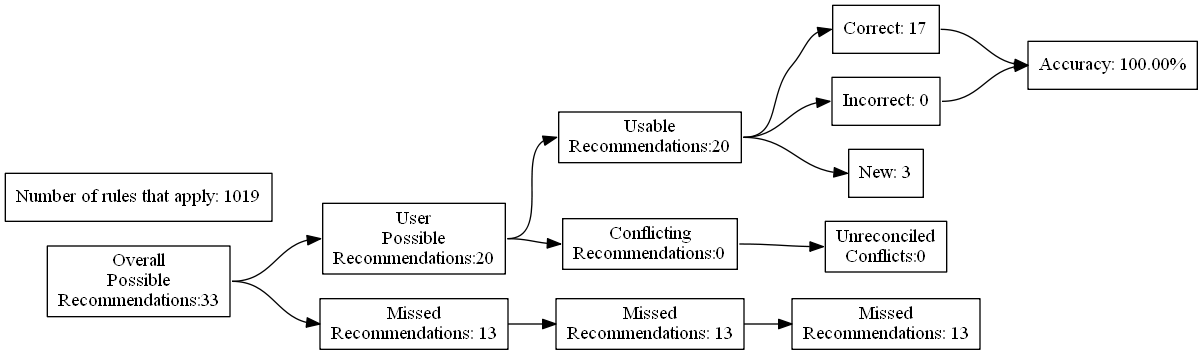
Earlier version of the Graphviz export test_renders/41.gv.png (ZaxR/ibd_diet_analysis). Its source is kept beside it as test_renders/41.gv.
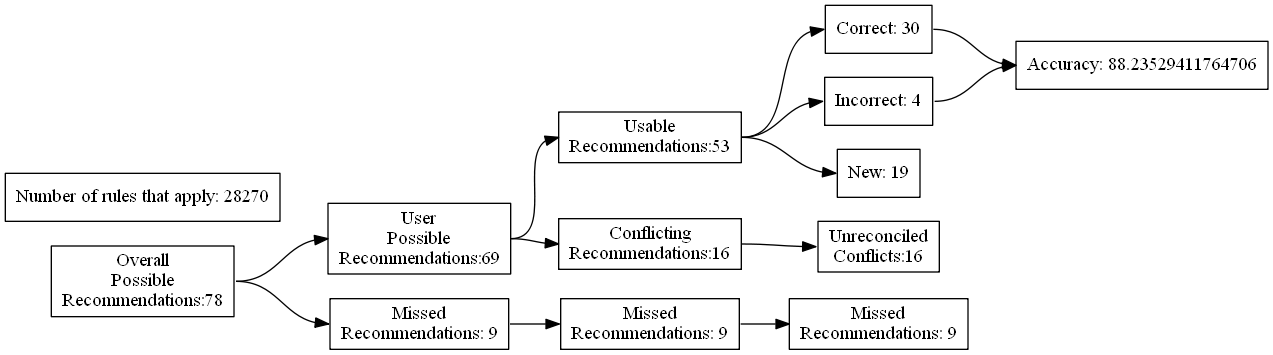
The same diagram one commit later.

The edit, as a diff of the source:
```diff
@@ -4,27 +4,27 @@
 	edge [headport=w tailport=e]
 		A [label="Overall
 Possible
-Recommendations:33"]
+Recommendations:78"]
 		B [label="User
 Possible
-Recommendations:20"]
+Recommendations:69"]
 		C [label="Missed
-Recommendations: 13"]
+Recommendations: 9"]
 		D [label="Usable
-Recommendations:20"]
+Recommendations:53"]
 		E [label="Conflicting
-Recommendations:0"]
+Recommendations:16"]
 		J [label="Missed
-Recommendations: 13"]
+Recommendations: 9"]
 		M [label="Unreconciled
-Conflicts:0"]
-		F [label="Correct: 17"]
-		G [label="Incorrect: 0"]
-		H [label="New: 3"]
+Conflicts:16"]
+		F [label="Correct: 30"]
+		G [label="Incorrect: 4"]
+		H [label="New: 19"]
 		K [label="Missed
-Recommendations: 13"]
-		I [label="Accuracy: 100.00%"]
-		l [label="Number of rules that apply: 1019"]
+Recommendations: 9"]
+		I [label="Accuracy: 88.23529411764706"]
+		l [label="Number of rules that apply: 28270"]
 			A -> B
 			A -> C
 			B -> D
```
